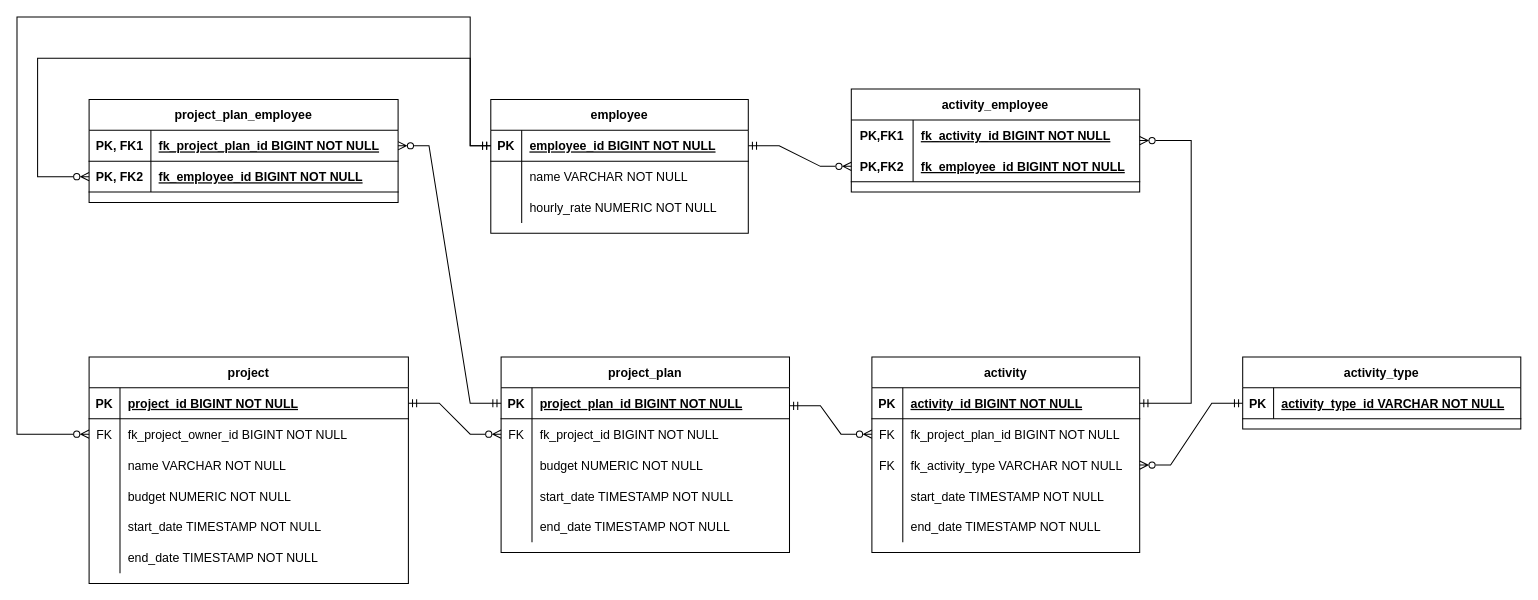
This is erdiag.drawio from thedatasnok/idata2303-project, a draw.io file, before an edit. Source tidied: cells renumbered, new cells numbered last; positions are measured from the earlier drawing's top-left corner, leaving out a move shared by most shapes. Both pictures are drawn from the tidied source at 103%, with x=0, y=0 at pixel (16, 16).
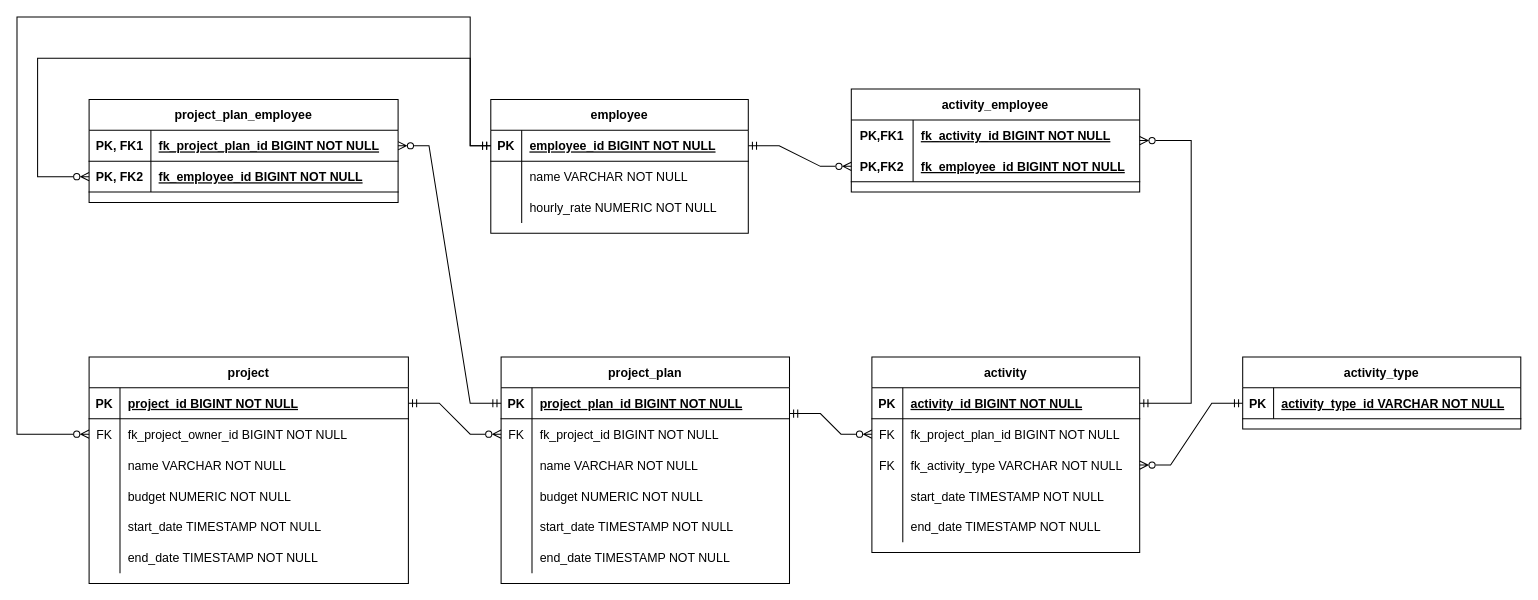
The same page after the edit.

Commit message:
add name column to project plan

The edit, as a diff of the source:
```diff
@@
     <mxCell id="21" value="project_plan" style="shape=table;startSize=30;childLayout=tableLayout;rowLines=0;fontStyle=1;align=center;" parent="1" vertex="1">
-      <mxGeometry x="470" y="330" width="280" height="190" as="geometry" />
+      <mxGeometry x="470" y="330" width="280" height="220" as="geometry" />
     </mxCell>
@@
+    <mxCell id="89" style="shape=partialRectangle;fillColor=none;top=0;left=0;bottom=0;right=0;" parent="21" vertex="1">
+      <mxGeometry y="90" width="280" height="30" as="geometry" />
+    </mxCell>
+    <mxCell id="90" style="shape=partialRectangle;fillColor=none;top=0;left=0;bottom=0;right=0;overflow=hidden;" parent="89" vertex="1">
+      <mxGeometry width="30" height="30" as="geometry" />
+    </mxCell>
+    <mxCell id="91" value="name VARCHAR NOT NULL" style="shape=partialRectangle;fillColor=none;top=0;left=0;bottom=0;right=0;align=left;spacingLeft=6;overflow=hidden;" parent="89" vertex="1">
+      <mxGeometry x="30" width="250" height="30" as="geometry" />
+    </mxCell>
     <mxCell id="28" style="shape=tableRow;horizontal=0;startSize=0;swimlaneHead=0;swimlaneBody=0;fillColor=none;top=0;left=0;right=0;bottom=0;" parent="21" vertex="1">
-      <mxGeometry y="90" width="280" height="30" as="geometry" />
+      <mxGeometry y="120" width="280" height="30" as="geometry" />
     </mxCell>
@@
     <mxCell id="31" style="shape=tableRow;horizontal=0;startSize=0;swimlaneHead=0;swimlaneBody=0;fillColor=none;top=0;left=0;right=0;bottom=0;" parent="21" vertex="1">
-      <mxGeometry y="120" width="280" height="30" as="geometry" />
+      <mxGeometry y="150" width="280" height="30" as="geometry" />
     </mxCell>
@@
     <mxCell id="34" style="shape=tableRow;horizontal=0;startSize=0;swimlaneHead=0;swimlaneBody=0;fillColor=none;top=0;left=0;right=0;bottom=0;" parent="21" vertex="1">
-      <mxGeometry y="150" width="280" height="30" as="geometry" />
+      <mxGeometry y="180" width="280" height="30" as="geometry" />
     </mxCell>
```
